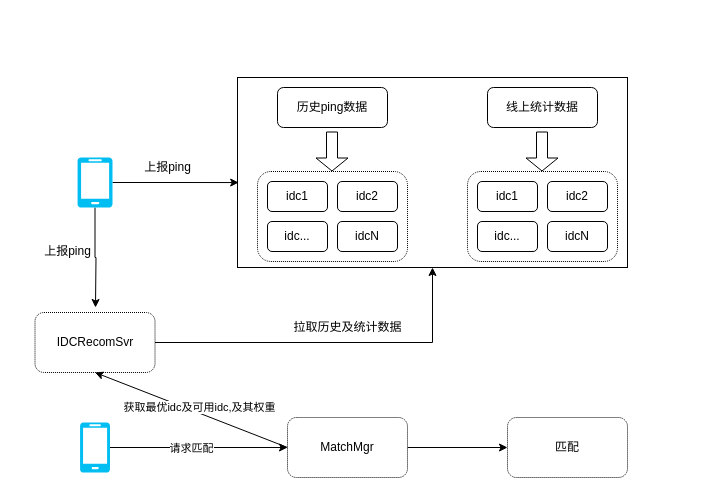
The draw.io diagram page "Page-1" (1 of 2) of idc选取.drawio in mbabby/draw.io.file, before the edit. Source tidied: cells renumbered, new cells numbered last; positions are measured from the earlier drawing's top-left corner, leaving out a move shared by most shapes. Both pictures are drawn from the tidied source at 100%, with x=0, y=0 at pixel (35, 77).
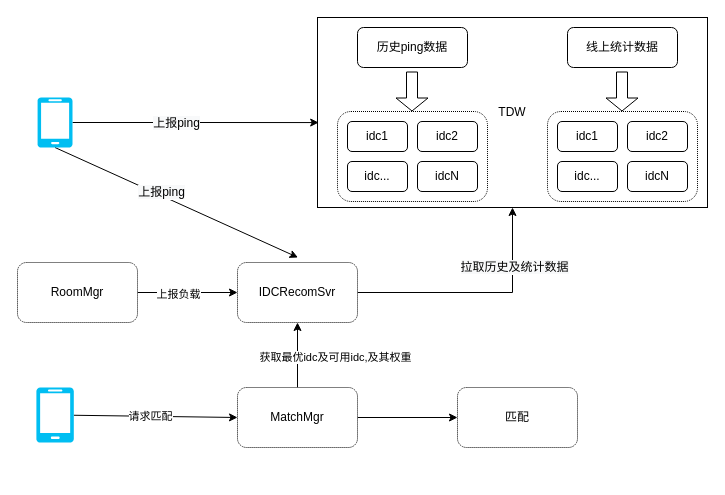
The same page after the edit.

Unchanged cells that the change refers to:
```xml
<mxCell id="3" style="edgeStyle=orthogonalEdgeStyle;rounded=0;jettySize=auto;html=1;exitX=1;exitY=0.5;exitDx=0;exitDy=0;exitPerimeter=0;entryX=0.003;entryY=0.553;entryDx=0;entryDy=0;entryPerimeter=0;" parent="1" edge="1" source="5" target="2">
  <mxGeometry relative="1" as="geometry" />
</mxCell>
<mxCell id="24" style="edgeStyle=orthogonalEdgeStyle;rounded=0;jettySize=auto;html=1;exitX=1;exitY=0.5;exitDx=0;exitDy=0;entryX=0.5;entryY=1;entryDx=0;entryDy=0;" parent="1" edge="1" source="25" target="2">
  <mxGeometry relative="1" as="geometry" />
</mxCell>
```

Change to the diagram source:
```diff
@@
-    <mxCell id="2" style="rounded=0;whiteSpace=wrap;html=1;" parent="1" vertex="1">
-      <mxGeometry x="202" width="390" height="190" as="geometry" />
+    <mxCell id="2" value="TDW" style="rounded=0;whiteSpace=wrap;html=1;" parent="1" vertex="1">
+      <mxGeometry x="282" y="-60" width="390" height="190" as="geometry" />
     </mxCell>
@@
+    <mxCell id="36" value="&lt;span style=&quot;font-size: 12px ; background-color: rgb(248 , 249 , 250)&quot;&gt;上报ping&lt;/span&gt;" style="edgeLabel;html=1;align=center;verticalAlign=middle;" parent="3" vertex="1">
+      <mxGeometry x="-0.16" relative="1" as="geometry" />
+    </mxCell>
-    <mxCell id="4" style="edgeStyle=orthogonalEdgeStyle;rounded=0;jettySize=auto;html=1;exitX=0.5;exitY=1;exitDx=0;exitDy=0;exitPerimeter=0;" parent="1" edge="1" source="5">
+    <mxCell id="4" style="rounded=0;jettySize=auto;html=1;exitX=0.5;exitY=1;exitDx=0;exitDy=0;exitPerimeter=0;" parent="1" edge="1" source="5">
       <mxGeometry relative="1" as="geometry">
-        <mxPoint x="60" y="230" as="targetPoint" />
+        <mxPoint x="262.5" y="180" as="targetPoint" />
       </mxGeometry>
     </mxCell>
+    <mxCell id="37" value="&lt;span style=&quot;font-size: 12px ; background-color: rgb(248 , 249 , 250)&quot;&gt;上报ping&lt;/span&gt;" style="edgeLabel;html=1;align=center;verticalAlign=middle;" parent="4" vertex="1">
+      <mxGeometry x="-0.14" y="2" relative="1" as="geometry">
+        <mxPoint y="-1" as="offset" />
+      </mxGeometry>
+    </mxCell>
     <mxCell id="5" style="verticalLabelPosition=bottom;html=1;verticalAlign=top;align=center;strokeColor=none;fillColor=#00BEF2;shape=mxgraph.azure.mobile;" parent="1" vertex="1">
-      <mxGeometry x="42" y="80" width="35" height="50" as="geometry" />
+      <mxGeometry x="2" y="20" width="35" height="50" as="geometry" />
     </mxCell>
     <mxCell id="6" style="group;" parent="1" vertex="1">
-      <mxGeometry x="222" y="10" width="360" height="174" as="geometry" />
+      <mxGeometry x="302" y="-50" width="360" height="174" as="geometry" />
     </mxCell>
@@
-    <mxCell id="23" value="上报ping" style="text;html=1;align=center;verticalAlign=middle;strokeColor=none;fillColor=none;" parent="1" vertex="1">
-      <mxGeometry x="102" y="80" width="60" height="20" as="geometry" />
-    </mxCell>
@@
+    <mxCell id="27" value="&lt;span style=&quot;font-size: 12px ; background-color: rgb(248 , 249 , 250)&quot;&gt;拉取历史及统计数据&lt;/span&gt;" style="edgeLabel;html=1;align=center;verticalAlign=middle;" parent="24" vertex="1">
+      <mxGeometry x="0.51" y="-1" relative="1" as="geometry" />
+    </mxCell>
     <mxCell id="25" value="IDCRecomSvr" style="rounded=1;whiteSpace=wrap;html=1;dashed=1;dashPattern=1 1;" parent="1" vertex="1">
-      <mxGeometry x="-0.5" y="235" width="120" height="60" as="geometry" />
+      <mxGeometry x="202" y="185" width="120" height="60" as="geometry" />
     </mxCell>
-    <mxCell id="26" value="上报ping" style="text;html=1;align=center;verticalAlign=middle;strokeColor=none;fillColor=none;horizontal=1;" parent="1" vertex="1">
-      <mxGeometry x="2" y="164" width="60" height="20" as="geometry" />
-    </mxCell>
-    <mxCell id="27" value="拉取历史及统计数据" style="text;html=1;align=center;verticalAlign=middle;strokeColor=none;fillColor=none;" parent="1" vertex="1">
-      <mxGeometry x="252" y="240" width="120" height="20" as="geometry" />
-    </mxCell>
-    <mxCell id="28" style="jettySize=auto;html=1;exitX=0;exitY=0.5;exitDx=0;exitDy=0;entryX=0.5;entryY=1;entryDx=0;entryDy=0;rounded=0;" parent="1" edge="1" source="31" target="25">
+    <mxCell id="28" style="jettySize=auto;html=1;exitX=0.5;exitY=0;exitDx=0;exitDy=0;entryX=0.5;entryY=1;entryDx=0;entryDy=0;rounded=0;" parent="1" edge="1" source="31" target="25">
       <mxGeometry relative="1" as="geometry" />
     </mxCell>
@@
     <mxCell id="31" value="MatchMgr" style="rounded=1;whiteSpace=wrap;html=1;dashed=1;dashPattern=1 1;" parent="1" vertex="1">
-      <mxGeometry x="252" y="340" width="120" height="60" as="geometry" />
+      <mxGeometry x="202" y="310" width="120" height="60" as="geometry" />
     </mxCell>
@@
     <mxCell id="34" style="verticalLabelPosition=bottom;html=1;verticalAlign=top;align=center;strokeColor=none;fillColor=#00BEF2;shape=mxgraph.azure.mobile;" parent="1" vertex="1">
-      <mxGeometry x="44.5" y="345" width="30" height="50" as="geometry" />
+      <mxGeometry x="0.8" y="310" width="37.5" height="55" as="geometry" />
     </mxCell>
     <mxCell id="35" value="匹配" style="rounded=1;whiteSpace=wrap;html=1;dashed=1;dashPattern=1 1;" parent="1" vertex="1">
-      <mxGeometry x="472" y="340" width="120" height="60" as="geometry" />
+      <mxGeometry x="422" y="310" width="120" height="60" as="geometry" />
     </mxCell>
+    <mxCell id="38" style="edgeStyle=orthogonalEdgeStyle;rounded=0;jettySize=auto;html=1;exitX=1;exitY=0.5;exitDx=0;exitDy=0;entryX=0;entryY=0.5;entryDx=0;entryDy=0;" parent="1" edge="1" source="40" target="25">
+      <mxGeometry relative="1" as="geometry" />
+    </mxCell>
+    <mxCell id="39" value="上报负载" style="edgeLabel;html=1;align=center;verticalAlign=middle;" parent="38" vertex="1">
+      <mxGeometry x="-0.2" y="-1" relative="1" as="geometry" />
+    </mxCell>
+    <mxCell id="40" value="RoomMgr" style="rounded=1;whiteSpace=wrap;html=1;dashed=1;dashPattern=1 1;" parent="1" vertex="1">
+      <mxGeometry x="-18" y="185" width="120" height="60" as="geometry" />
+    </mxCell>
```
